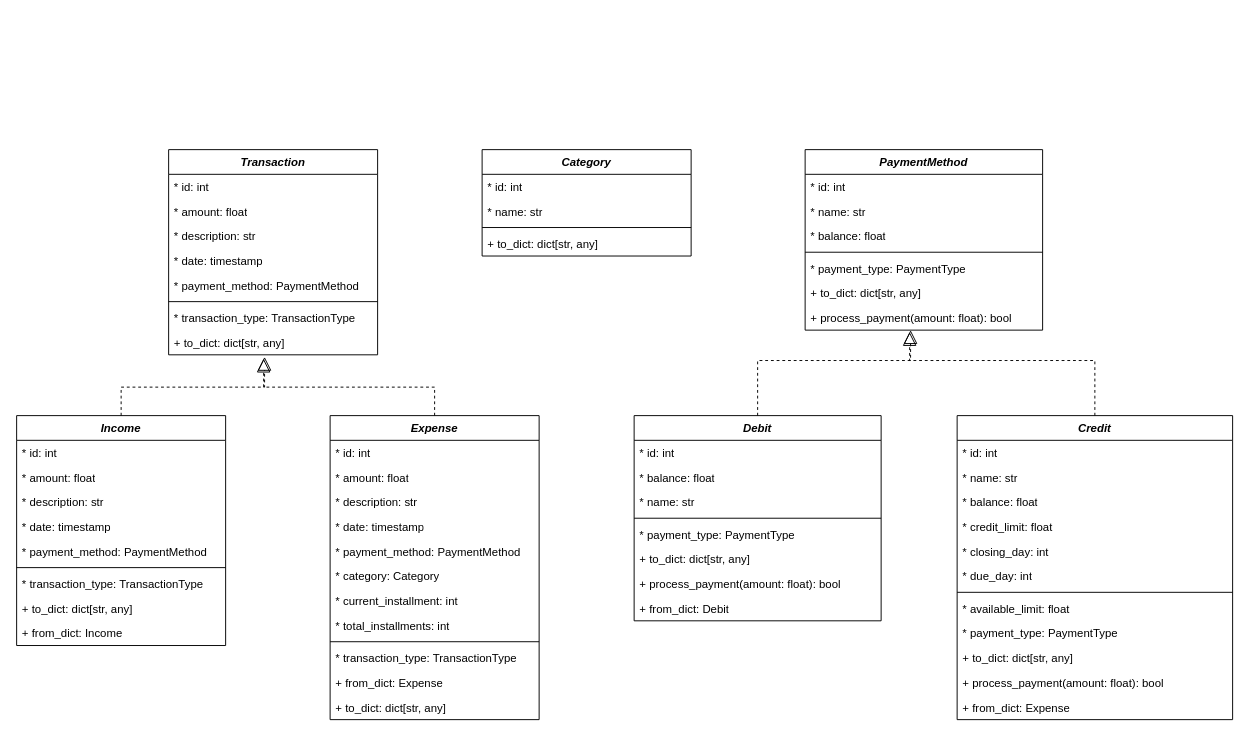
Before: docs/diagrama-uml.drawio in bbiancalopess/expense-tracker, a draw.io diagram. Source tidied: cells renumbered, new cells numbered last; positions are measured from the earlier drawing's top-left corner, leaving out a move shared by most shapes. Both pictures are drawn from the tidied source at 95%, with x=0, y=0 at pixel (16, 149).
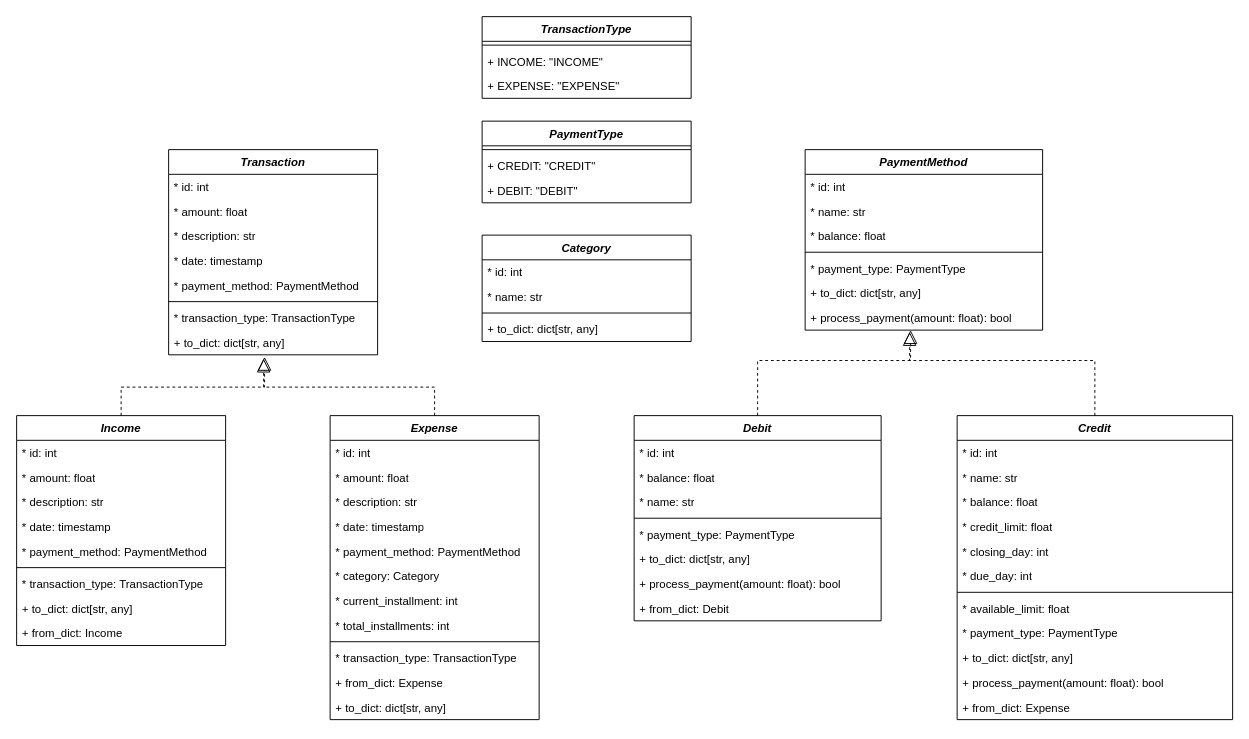
The same diagram, later.

Diff of the diagram source:
```diff
@@
     <mxCell id="34" value="&lt;i&gt;Category&lt;/i&gt;" style="swimlane;fontStyle=1;align=center;verticalAlign=top;horizontal=1;startSize=26;whiteSpace=wrap;html=1;" parent="1" vertex="1">
-      <mxGeometry x="490" width="220" height="112" as="geometry" />
+      <mxGeometry x="490" y="90" width="220" height="112" as="geometry" />
     </mxCell>
@@
+    <mxCell id="73" value="&lt;i&gt;TransactionType&lt;/i&gt;" style="swimlane;fontStyle=1;align=center;verticalAlign=top;horizontal=1;startSize=26;whiteSpace=wrap;html=1;" parent="1" vertex="1">
+      <mxGeometry x="490" y="-140" width="220" height="86" as="geometry" />
+    </mxCell>
+    <mxCell id="74" style="line;strokeWidth=1;fillColor=none;align=left;verticalAlign=middle;spacingTop=-1;spacingLeft=3;spacingRight=3;labelPosition=right;strokeColor=inherit;" parent="73" vertex="1">
+      <mxGeometry y="26" width="220" height="8" as="geometry" />
+    </mxCell>
+    <mxCell id="75" value="+ INCOME: &quot;INCOME&quot;" style="text;strokeColor=none;fillColor=none;align=left;verticalAlign=top;spacingLeft=4;spacingRight=4;overflow=hidden;whiteSpace=wrap;html=1;" parent="73" vertex="1">
+      <mxGeometry y="34" width="220" height="26" as="geometry" />
+    </mxCell>
+    <mxCell id="76" value="+ EXPENSE: &quot;EXPENSE&quot;" style="text;strokeColor=none;fillColor=none;align=left;verticalAlign=top;spacingLeft=4;spacingRight=4;overflow=hidden;whiteSpace=wrap;html=1;" parent="73" vertex="1">
+      <mxGeometry y="60" width="220" height="26" as="geometry" />
+    </mxCell>
+    <mxCell id="77" value="&lt;i&gt;PaymentType&lt;/i&gt;" style="swimlane;fontStyle=1;align=center;verticalAlign=top;horizontal=1;startSize=26;whiteSpace=wrap;html=1;" parent="1" vertex="1">
+      <mxGeometry x="490" y="-30" width="220" height="86" as="geometry" />
+    </mxCell>
+    <mxCell id="78" style="line;strokeWidth=1;fillColor=none;align=left;verticalAlign=middle;spacingTop=-1;spacingLeft=3;spacingRight=3;labelPosition=right;strokeColor=inherit;" parent="77" vertex="1">
+      <mxGeometry y="26" width="220" height="8" as="geometry" />
+    </mxCell>
+    <mxCell id="79" value="+ CREDIT: &quot;CREDIT&quot;" style="text;strokeColor=none;fillColor=none;align=left;verticalAlign=top;spacingLeft=4;spacingRight=4;overflow=hidden;whiteSpace=wrap;html=1;" parent="77" vertex="1">
+      <mxGeometry y="34" width="220" height="26" as="geometry" />
+    </mxCell>
+    <mxCell id="80" value="+ DEBIT: &quot;DEBIT&quot;" style="text;strokeColor=none;fillColor=none;align=left;verticalAlign=top;spacingLeft=4;spacingRight=4;overflow=hidden;whiteSpace=wrap;html=1;" parent="77" vertex="1">
+      <mxGeometry y="60" width="220" height="26" as="geometry" />
+    </mxCell>
```
